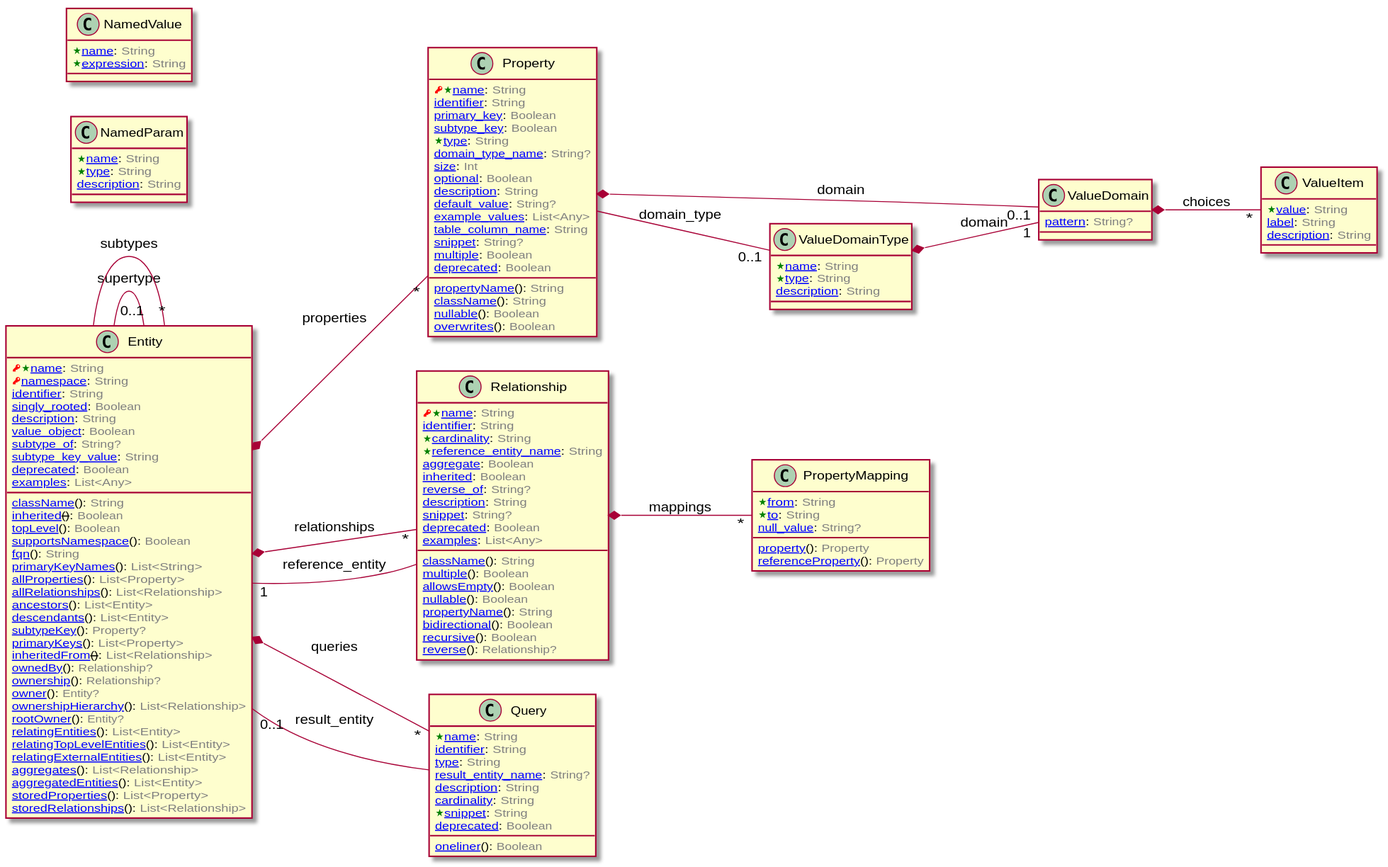
Before: doc/image/model-diagram.svg, a diagram exported from PlantUML (laplacian-core/metamodel).
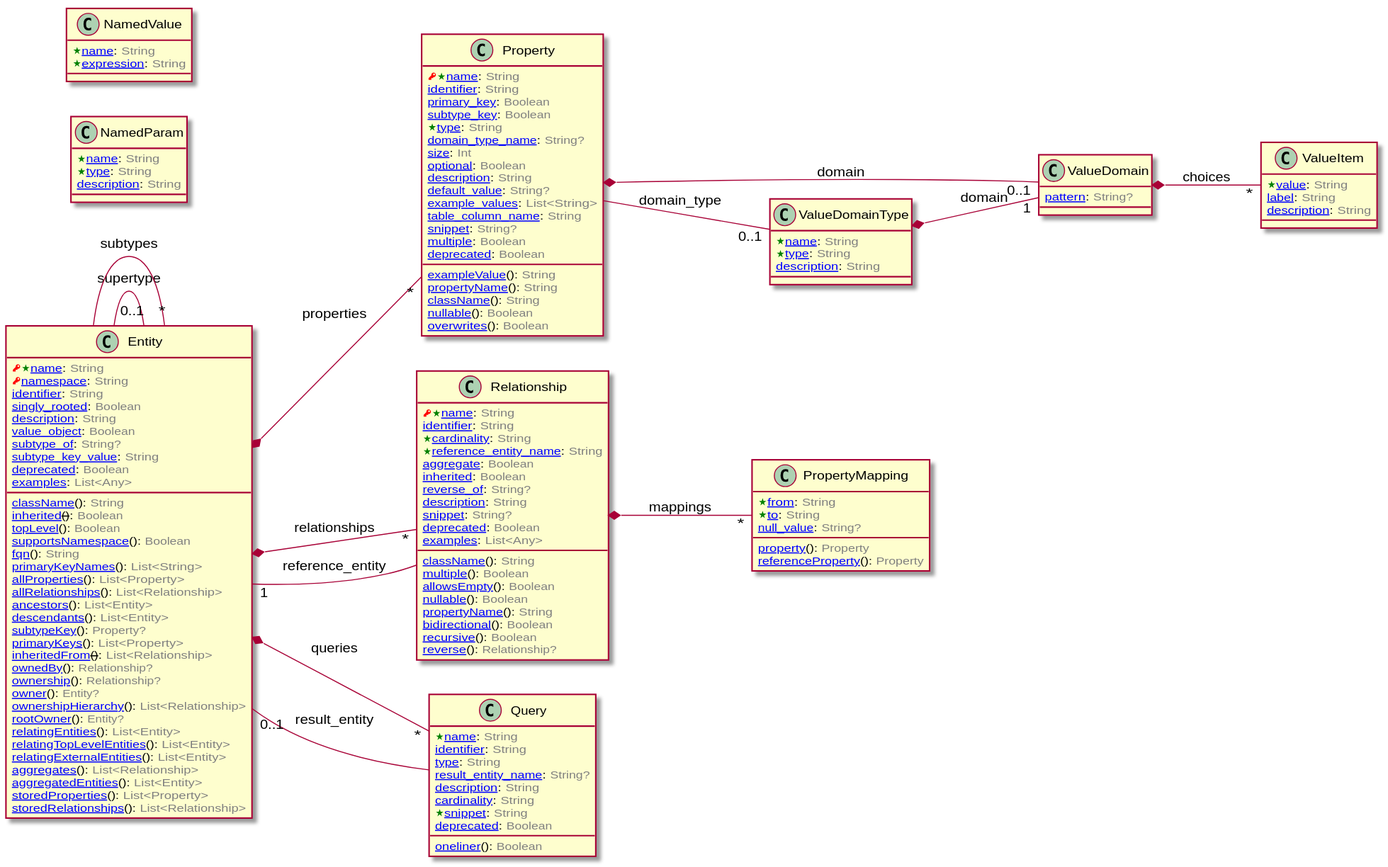
The same diagram one commit later.

What changed in the source:
```diff
@@ -106,7 +106,8 @@
   [[/blob/master/doc/entities/Property.md#optional-boolean optional]]: <color:GRAY>Boolean</color>
   [[/blob/master/doc/entities/Property.md#description-string description]]: <color:GRAY>String</color>
   [[/blob/master/doc/entities/Property.md#default_value-string default_value]]: <color:GRAY>String?</color>
-  [[/blob/master/doc/entities/Property.md#example_values-listAny example_values]]: <color:GRAY>List<Any></color>
+  [[/blob/master/doc/entities/Property.md#example_values-listString example_values]]: <color:GRAY>List<String></color>
+  [[/blob/master/doc/entities/Property.md#example_value-string exampleValue]](): <color:GRAY>String</color>
   [[/blob/master/doc/entities/Property.md#table_column_name-string table_column_name]]: <color:GRAY>String</color>
   [[/blob/master/doc/entities/Property.md#snippet-string snippet]]: <color:GRAY>String?</color>
   [[/blob/master/doc/entities/Property.md#multiple-boolean multiple]]: <color:GRAY>Boolean</color>
```
